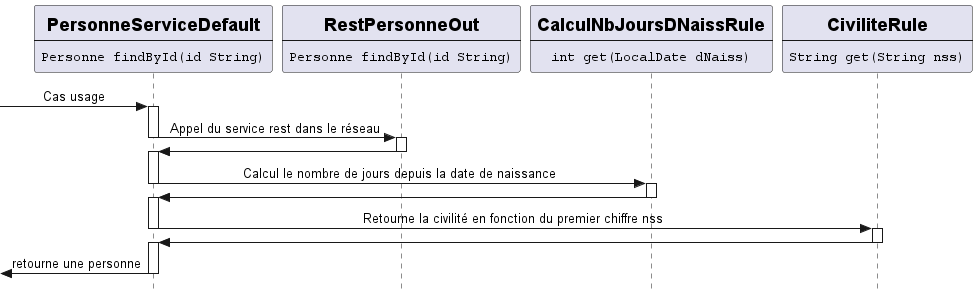
This is images/business/dia_seq_business_ex.png from stef38-code/structureProjet, a PlantUML export, as it was before one commit.
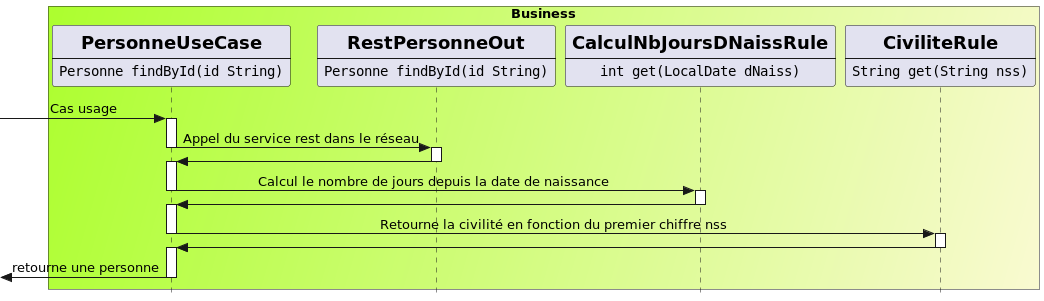
Later version of the same file.

The edit, as a diff of the source:
```diff
@@ -1,8 +1,10 @@
 @startuml
 skinparam style strictuml
 skinparam sequenceMessageAlign center
-participant PersonneServiceDefault [
-    =PersonneServiceDefault
+
+box "Business" #GreenYellow/LightGoldenRodYellow
+participant PersonneUseCase [
+    =PersonneUseCase
     ----
     ""Personne findById(id String)""
 ]
@@ -21,13 +23,14 @@
     ----
     ""String get(String nss)""
 ]
+end box
 
-[-> PersonneServiceDefault ++ : Cas usage
-PersonneServiceDefault -> RestPersonneOut --++: Appel du service rest dans le réseau
-RestPersonneOut -> PersonneServiceDefault --++:
-PersonneServiceDefault -> CalculNbJoursDNaissRule --++: Calcul le nombre de jours depuis la date de naissance
-CalculNbJoursDNaissRule -> PersonneServiceDefault --++
-PersonneServiceDefault -> CiviliteRule --++: Retourne la civilité en fonction du premier chiffre nss
-CiviliteRule -> PersonneServiceDefault --++
-[<- PersonneServiceDefault -- : retourne une personne
+[-> PersonneUseCase ++ : Cas usage
+PersonneUseCase -> RestPersonneOut --++: Appel du service rest dans le réseau
+RestPersonneOut -> PersonneUseCase --++:
+PersonneUseCase -> CalculNbJoursDNaissRule --++: Calcul le nombre de jours depuis la date de naissance
+CalculNbJoursDNaissRule -> PersonneUseCase --++
+PersonneUseCase -> CiviliteRule --++: Retourne la civilité en fonction du premier chiffre nss
+CiviliteRule -> PersonneUseCase --++
+[<- PersonneUseCase -- : retourne une personne
 @enduml
```
